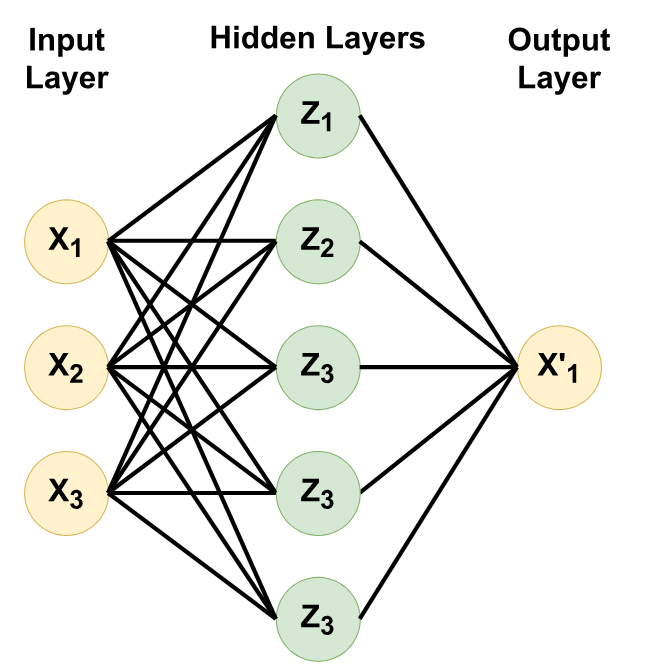
Earlier version of the draw.io export images/embeddings/neural_network/Neural_network.svg (KlaraGtknst/bachelor-thesis). Source tidied: cells renumbered, new cells last; positions are measured from the earlier drawing's top-left corner, leaving out a move shared by most shapes. The source it was exported from:
```xml
<mxGraphModel>
  <root>
    <mxCell id="0" />
    <mxCell id="1" parent="0" />
    <mxCell id="2" value="&lt;font style=&quot;font-size: 30px;&quot;&gt;&lt;b&gt;X&lt;sub&gt;1&lt;/sub&gt;&lt;/b&gt;&lt;/font&gt;" style="ellipse;whiteSpace=wrap;html=1;fillColor=#fff2cc;strokeColor=#d6b656;" parent="1" vertex="1">
      <mxGeometry x="22" y="190" width="80" height="80" as="geometry" />
    </mxCell>
    <mxCell id="3" value="&lt;font style=&quot;font-size: 30px;&quot;&gt;&lt;b&gt;X&lt;sub&gt;2&lt;/sub&gt;&lt;/b&gt;&lt;/font&gt;" style="ellipse;whiteSpace=wrap;html=1;fillColor=#fff2cc;strokeColor=#d6b656;" parent="1" vertex="1">
      <mxGeometry x="22" y="310" width="80" height="80" as="geometry" />
    </mxCell>
    <mxCell id="4" value="&lt;font style=&quot;font-size: 30px;&quot;&gt;&lt;b&gt;X&lt;sub&gt;3&lt;/sub&gt;&lt;/b&gt;&lt;/font&gt;" style="ellipse;whiteSpace=wrap;html=1;fillColor=#fff2cc;strokeColor=#d6b656;" parent="1" vertex="1">
      <mxGeometry x="22" y="430" width="80" height="80" as="geometry" />
    </mxCell>
    <mxCell id="5" value="&lt;b&gt;&lt;font style=&quot;font-size: 30px;&quot;&gt;Z&lt;sub&gt;1&lt;/sub&gt;&lt;/font&gt;&lt;/b&gt;" style="ellipse;whiteSpace=wrap;html=1;fillColor=#d5e8d4;strokeColor=#82b366;" parent="1" vertex="1">
      <mxGeometry x="262" y="70" width="80" height="80" as="geometry" />
    </mxCell>
    <mxCell id="6" value="&lt;b&gt;&lt;font style=&quot;font-size: 30px;&quot;&gt;Z&lt;sub&gt;2&lt;/sub&gt;&lt;/font&gt;&lt;/b&gt;" style="ellipse;whiteSpace=wrap;html=1;fillColor=#d5e8d4;strokeColor=#82b366;" parent="1" vertex="1">
      <mxGeometry x="262" y="190" width="80" height="80" as="geometry" />
    </mxCell>
    <mxCell id="7" value="&lt;b&gt;&lt;font style=&quot;font-size: 30px;&quot;&gt;Z&lt;sub&gt;3&lt;/sub&gt;&lt;/font&gt;&lt;/b&gt;" style="ellipse;whiteSpace=wrap;html=1;fillColor=#d5e8d4;strokeColor=#82b366;" parent="1" vertex="1">
      <mxGeometry x="262" y="310" width="80" height="80" as="geometry" />
    </mxCell>
    <mxCell id="8" value="&lt;font style=&quot;font-size: 30px;&quot;&gt;&lt;b&gt;X'&lt;sub&gt;1&lt;/sub&gt;&lt;/b&gt;&lt;/font&gt;" style="ellipse;whiteSpace=wrap;html=1;fillColor=#fff2cc;strokeColor=#d6b656;" parent="1" vertex="1">
      <mxGeometry x="492" y="310" width="80" height="80" as="geometry" />
    </mxCell>
    <mxCell id="9" style="endArrow=none;html=1;rounded=0;entryX=1;entryY=0.5;entryDx=0;entryDy=0;exitX=0;exitY=0.5;exitDx=0;exitDy=0;strokeWidth=4;" parent="1" edge="1" source="5" target="2">
      <mxGeometry relative="1" as="geometry" />
    </mxCell>
    <mxCell id="10" style="endArrow=none;html=1;rounded=0;exitX=0;exitY=0.5;exitDx=0;exitDy=0;strokeWidth=4;" parent="1" edge="1" source="7">
      <mxGeometry relative="1" as="geometry">
        <mxPoint x="102" y="350" as="targetPoint" />
      </mxGeometry>
    </mxCell>
    <mxCell id="11" style="endArrow=none;html=1;rounded=0;entryX=1;entryY=0.5;entryDx=0;entryDy=0;exitX=0;exitY=0.5;exitDx=0;exitDy=0;strokeWidth=4;" parent="1" edge="1" source="19">
      <mxGeometry relative="1" as="geometry">
        <mxPoint x="102" y="230" as="targetPoint" />
      </mxGeometry>
    </mxCell>
    <mxCell id="12" style="endArrow=none;html=1;rounded=0;entryX=1;entryY=0.5;entryDx=0;entryDy=0;strokeWidth=4;exitX=0;exitY=0.5;exitDx=0;exitDy=0;" parent="1" edge="1" source="6" target="4">
      <mxGeometry relative="1" as="geometry" />
    </mxCell>
    <mxCell id="13" style="endArrow=none;html=1;rounded=0;strokeWidth=4;entryX=1;entryY=0.5;entryDx=0;entryDy=0;" parent="1" edge="1" target="7">
      <mxGeometry relative="1" as="geometry">
        <mxPoint x="492" y="350" as="sourcePoint" />
      </mxGeometry>
    </mxCell>
    <mxCell id="14" style="endArrow=none;html=1;rounded=0;strokeWidth=4;exitX=0;exitY=0.5;exitDx=0;exitDy=0;entryX=1;entryY=0.5;entryDx=0;entryDy=0;" parent="1" edge="1" source="8" target="6">
      <mxGeometry relative="1" as="geometry" />
    </mxCell>
    <mxCell id="15" style="endArrow=none;html=1;rounded=0;strokeWidth=4;entryX=1;entryY=0.5;entryDx=0;entryDy=0;" parent="1" edge="1" target="19">
      <mxGeometry relative="1" as="geometry">
        <mxPoint x="492" y="350" as="sourcePoint" />
      </mxGeometry>
    </mxCell>
    <mxCell id="16" value="&lt;b style=&quot;font-size: 30px;&quot;&gt;Input Layer&lt;br&gt;&lt;/b&gt;" style="text;html=1;strokeColor=none;fillColor=none;align=center;verticalAlign=middle;whiteSpace=wrap;rounded=0;" parent="1" vertex="1">
      <mxGeometry x="-0.5" y="20" width="125" height="70" as="geometry" />
    </mxCell>
    <mxCell id="17" value="&lt;b style=&quot;font-size: 30px;&quot;&gt;Output Layer&lt;br&gt;&lt;/b&gt;" style="text;html=1;strokeColor=none;fillColor=none;align=center;verticalAlign=middle;whiteSpace=wrap;rounded=0;" parent="1" vertex="1">
      <mxGeometry x="452" y="10" width="160" height="90" as="geometry" />
    </mxCell>
    <mxCell id="18" value="&lt;b style=&quot;font-size: 30px;&quot;&gt;Hidden Layers&lt;br&gt;&lt;/b&gt;" style="text;html=1;strokeColor=none;fillColor=none;align=center;verticalAlign=middle;whiteSpace=wrap;rounded=0;" parent="1" vertex="1">
      <mxGeometry x="197" width="210" height="70" as="geometry" />
    </mxCell>
    <mxCell id="19" value="&lt;b&gt;&lt;font style=&quot;font-size: 30px;&quot;&gt;Z&lt;sub&gt;3&lt;/sub&gt;&lt;/font&gt;&lt;/b&gt;" style="ellipse;whiteSpace=wrap;html=1;fillColor=#d5e8d4;strokeColor=#82b366;" parent="1" vertex="1">
      <mxGeometry x="262" y="430" width="80" height="80" as="geometry" />
    </mxCell>
    <mxCell id="20" value="&lt;b&gt;&lt;font style=&quot;font-size: 30px;&quot;&gt;Z&lt;sub&gt;3&lt;/sub&gt;&lt;/font&gt;&lt;/b&gt;" style="ellipse;whiteSpace=wrap;html=1;fillColor=#d5e8d4;strokeColor=#82b366;" parent="1" vertex="1">
      <mxGeometry x="262" y="550" width="80" height="80" as="geometry" />
    </mxCell>
    <mxCell id="21" style="endArrow=none;html=1;rounded=0;entryX=1;entryY=0.5;entryDx=0;entryDy=0;exitX=0;exitY=0.5;exitDx=0;exitDy=0;strokeWidth=4;" parent="1" edge="1" source="7" target="2">
      <mxGeometry relative="1" as="geometry" />
    </mxCell>
    <mxCell id="22" style="endArrow=none;html=1;rounded=0;entryX=1;entryY=0.5;entryDx=0;entryDy=0;exitX=0;exitY=0.5;exitDx=0;exitDy=0;strokeWidth=4;" parent="1" edge="1" source="20" target="2">
      <mxGeometry relative="1" as="geometry" />
    </mxCell>
    <mxCell id="23" style="endArrow=none;html=1;rounded=0;exitX=0;exitY=0.5;exitDx=0;exitDy=0;strokeWidth=4;entryX=1;entryY=0.5;entryDx=0;entryDy=0;" parent="1" edge="1" source="20" target="3">
      <mxGeometry relative="1" as="geometry" />
    </mxCell>
    <mxCell id="24" style="endArrow=none;html=1;rounded=0;entryX=1;entryY=0.5;entryDx=0;entryDy=0;strokeWidth=4;" parent="1" edge="1" target="4">
      <mxGeometry relative="1" as="geometry">
        <mxPoint x="262" y="590" as="sourcePoint" />
      </mxGeometry>
    </mxCell>
    <mxCell id="25" style="endArrow=none;html=1;rounded=0;exitX=0;exitY=0.5;exitDx=0;exitDy=0;strokeWidth=4;" parent="1" edge="1" source="19">
      <mxGeometry relative="1" as="geometry">
        <mxPoint x="102" y="470" as="targetPoint" />
      </mxGeometry>
    </mxCell>
    <mxCell id="26" style="endArrow=none;html=1;rounded=0;exitX=0;exitY=0.5;exitDx=0;exitDy=0;strokeWidth=4;" parent="1" edge="1">
      <mxGeometry relative="1" as="geometry">
        <mxPoint x="262" y="229.5" as="sourcePoint" />
        <mxPoint x="102" y="229.5" as="targetPoint" />
      </mxGeometry>
    </mxCell>
    <mxCell id="27" style="endArrow=none;html=1;rounded=0;entryX=1;entryY=0.5;entryDx=0;entryDy=0;exitX=0;exitY=0.5;exitDx=0;exitDy=0;strokeWidth=4;" parent="1" edge="1">
      <mxGeometry relative="1" as="geometry">
        <mxPoint x="262" y="230" as="sourcePoint" />
        <mxPoint x="102" y="350" as="targetPoint" />
      </mxGeometry>
    </mxCell>
    <mxCell id="28" style="endArrow=none;html=1;rounded=0;entryX=1;entryY=0.5;entryDx=0;entryDy=0;exitX=0;exitY=0.5;exitDx=0;exitDy=0;strokeWidth=4;" parent="1" edge="1">
      <mxGeometry relative="1" as="geometry">
        <mxPoint x="262" y="350" as="sourcePoint" />
        <mxPoint x="102" y="470" as="targetPoint" />
      </mxGeometry>
    </mxCell>
    <mxCell id="29" style="endArrow=none;html=1;rounded=0;entryX=1;entryY=0.5;entryDx=0;entryDy=0;strokeWidth=4;" parent="1" edge="1">
      <mxGeometry relative="1" as="geometry">
        <mxPoint x="262" y="470" as="sourcePoint" />
        <mxPoint x="102" y="350" as="targetPoint" />
      </mxGeometry>
    </mxCell>
    <mxCell id="30" style="endArrow=none;html=1;rounded=0;entryX=1;entryY=0.5;entryDx=0;entryDy=0;strokeWidth=4;exitX=0;exitY=0.5;exitDx=0;exitDy=0;" parent="1" edge="1">
      <mxGeometry relative="1" as="geometry">
        <mxPoint x="262" y="110" as="sourcePoint" />
        <mxPoint x="102" y="350" as="targetPoint" />
      </mxGeometry>
    </mxCell>
    <mxCell id="31" style="endArrow=none;html=1;rounded=0;entryX=1;entryY=0.5;entryDx=0;entryDy=0;strokeWidth=4;exitX=0;exitY=0.5;exitDx=0;exitDy=0;" parent="1" edge="1" source="5" target="4">
      <mxGeometry relative="1" as="geometry" />
    </mxCell>
    <mxCell id="32" style="endArrow=none;html=1;rounded=0;strokeWidth=4;entryX=1;entryY=0.5;entryDx=0;entryDy=0;" parent="1" edge="1" target="20">
      <mxGeometry relative="1" as="geometry">
        <mxPoint x="492" y="350" as="sourcePoint" />
      </mxGeometry>
    </mxCell>
    <mxCell id="33" style="endArrow=none;html=1;rounded=0;strokeWidth=4;entryX=1;entryY=0.5;entryDx=0;entryDy=0;" parent="1" edge="1" target="5">
      <mxGeometry relative="1" as="geometry">
        <mxPoint x="492" y="350" as="sourcePoint" />
      </mxGeometry>
    </mxCell>
  </root>
</mxGraphModel>
```
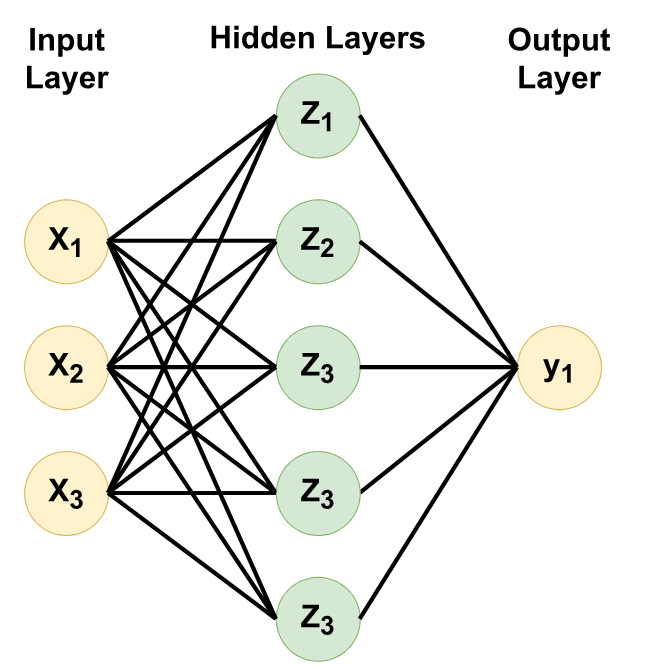
Later version of the same file.

Change to the diagram source:
```diff
@@ -20,7 +20,7 @@
     <mxCell id="7" value="&lt;b&gt;&lt;font style=&quot;font-size: 30px;&quot;&gt;Z&lt;sub&gt;3&lt;/sub&gt;&lt;/font&gt;&lt;/b&gt;" style="ellipse;whiteSpace=wrap;html=1;fillColor=#d5e8d4;strokeColor=#82b366;" parent="1" vertex="1">
       <mxGeometry x="262" y="310" width="80" height="80" as="geometry" />
     </mxCell>
-    <mxCell id="8" value="&lt;font style=&quot;font-size: 30px;&quot;&gt;&lt;b&gt;X'&lt;sub&gt;1&lt;/sub&gt;&lt;/b&gt;&lt;/font&gt;" style="ellipse;whiteSpace=wrap;html=1;fillColor=#fff2cc;strokeColor=#d6b656;" parent="1" vertex="1">
+    <mxCell id="8" value="&lt;font style=&quot;font-size: 30px;&quot;&gt;&lt;b&gt;y&lt;sub&gt;1&lt;/sub&gt;&lt;/b&gt;&lt;/font&gt;" style="ellipse;whiteSpace=wrap;html=1;fillColor=#fff2cc;strokeColor=#d6b656;" parent="1" vertex="1">
       <mxGeometry x="492" y="310" width="80" height="80" as="geometry" />
     </mxCell>
     <mxCell id="9" style="endArrow=none;html=1;rounded=0;entryX=1;entryY=0.5;entryDx=0;entryDy=0;exitX=0;exitY=0.5;exitDx=0;exitDy=0;strokeWidth=4;" parent="1" edge="1" source="5" target="2">
```
